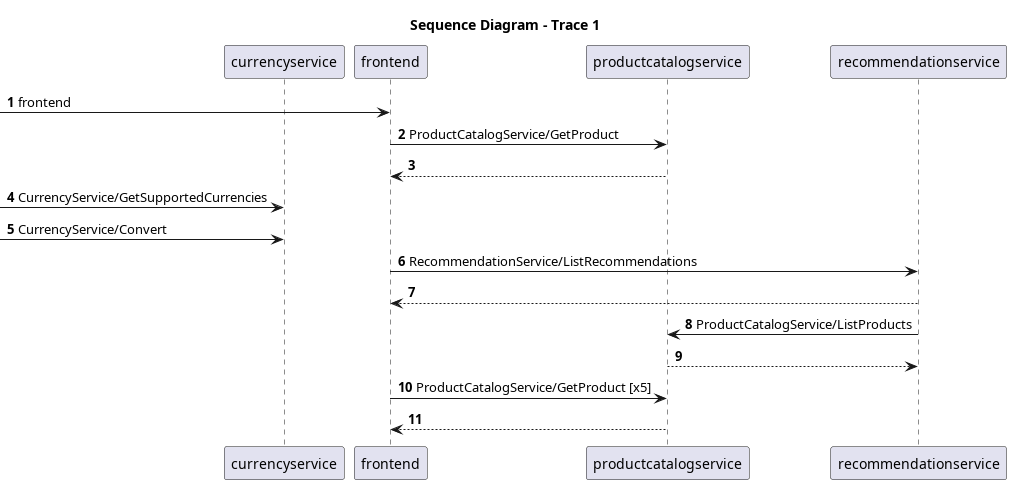
Earlier version of the PlantUML export diagrams/sequence-frontend2.png (HiImLuxifer/UML_Generator). Its diagram source:
```plantuml
@startuml
title Sequence Diagram - Trace 1
autonumber

participant "currencyservice" as currencyservice
participant "frontend" as frontend
participant "productcatalogservice" as productcatalogservice
participant "recommendationservice" as recommendationservice

[-> frontend: frontend
frontend -> productcatalogservice: ProductCatalogService/GetProduct
productcatalogservice --> frontend
[-> currencyservice: CurrencyService/GetSupportedCurrencies
[-> currencyservice: CurrencyService/Convert
frontend -> recommendationservice: RecommendationService/ListRecommendations
recommendationservice --> frontend
recommendationservice -> productcatalogservice: ProductCatalogService/ListProducts
productcatalogservice --> recommendationservice
frontend -> productcatalogservice: ProductCatalogService/GetProduct [x5]
productcatalogservice --> frontend

@enduml
```
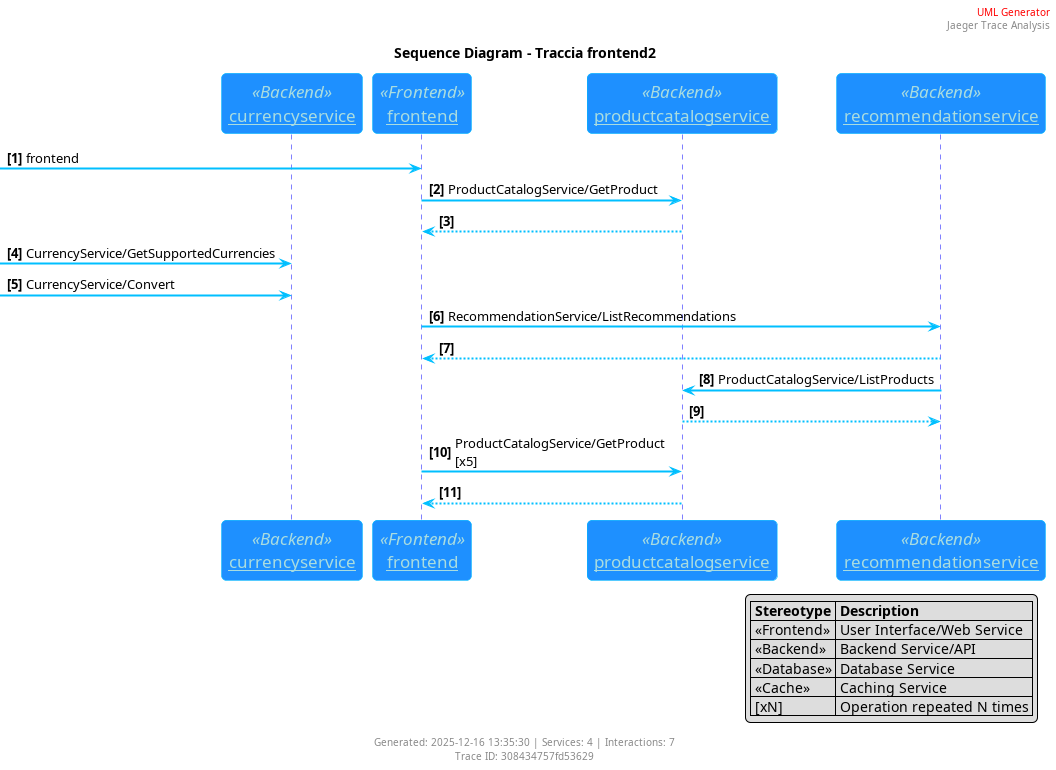
After the commit.

What changed in the source:
```diff
@@ -1,11 +1,41 @@
 @startuml
-title Sequence Diagram - Trace 1
-autonumber
 
-participant "currencyservice" as currencyservice
-participant "frontend" as frontend
-participant "productcatalogservice" as productcatalogservice
-participant "recommendationservice" as recommendationservice
+skinparam sequenceArrowThickness 2
+skinparam roundcorner 10
+skinparam maxMessageSize 200
+skinparam sequenceParticipant underline
+
+skinparam sequence {
+  ArrowColor DeepSkyBlue
+  ActorBorderColor DeepSkyBlue
+  LifeLineBorderColor blue
+  LifeLineBackgroundColor #A9DCDF
+  ParticipantBorderColor DeepSkyBlue
+  ParticipantBackgroundColor DodgerBlue
+  ParticipantFontName Impact
+  ParticipantFontSize 17
+  ParticipantFontColor #A9DCDF
+  ActorBackgroundColor aqua
+  ActorFontColor DeepSkyBlue
+  ActorFontSize 17
+  ActorFontName Aapex
+  BoxBorderColor GreenYellow
+  BoxFontSize 12
+}
+
+title Sequence Diagram - Traccia frontend2
+
+header
+  <font color=red>UML Generator</font>
+  Jaeger Trace Analysis
+endheader
+
+autonumber "<b>[0]"
+
+participant "currencyservice" as currencyservice <<Backend>>
+participant "frontend" as frontend <<Frontend>>
+participant "productcatalogservice" as productcatalogservice <<Backend>>
+participant "recommendationservice" as recommendationservice <<Backend>>
 
 [-> frontend: frontend
 frontend -> productcatalogservice: ProductCatalogService/GetProduct
@@ -19,4 +49,18 @@
 frontend -> productcatalogservice: ProductCatalogService/GetProduct [x5]
 productcatalogservice --> frontend
 
+legend right
+  |= Stereotype |= Description |
+  | <<Frontend>> | User Interface/Web Service |
+  | <<Backend>> | Backend Service/API |
+  | <<Database>> | Database Service |
+  | <<Cache>> | Caching Service |
+  | [xN] | Operation repeated N times |
+endlegend
+
+footer
+  Generated: 2025-12-16 13:35:30 | Services: 4 | Interactions: 7
+  Trace ID: 308434757fd53629
+endfooter
+
 @enduml
```
